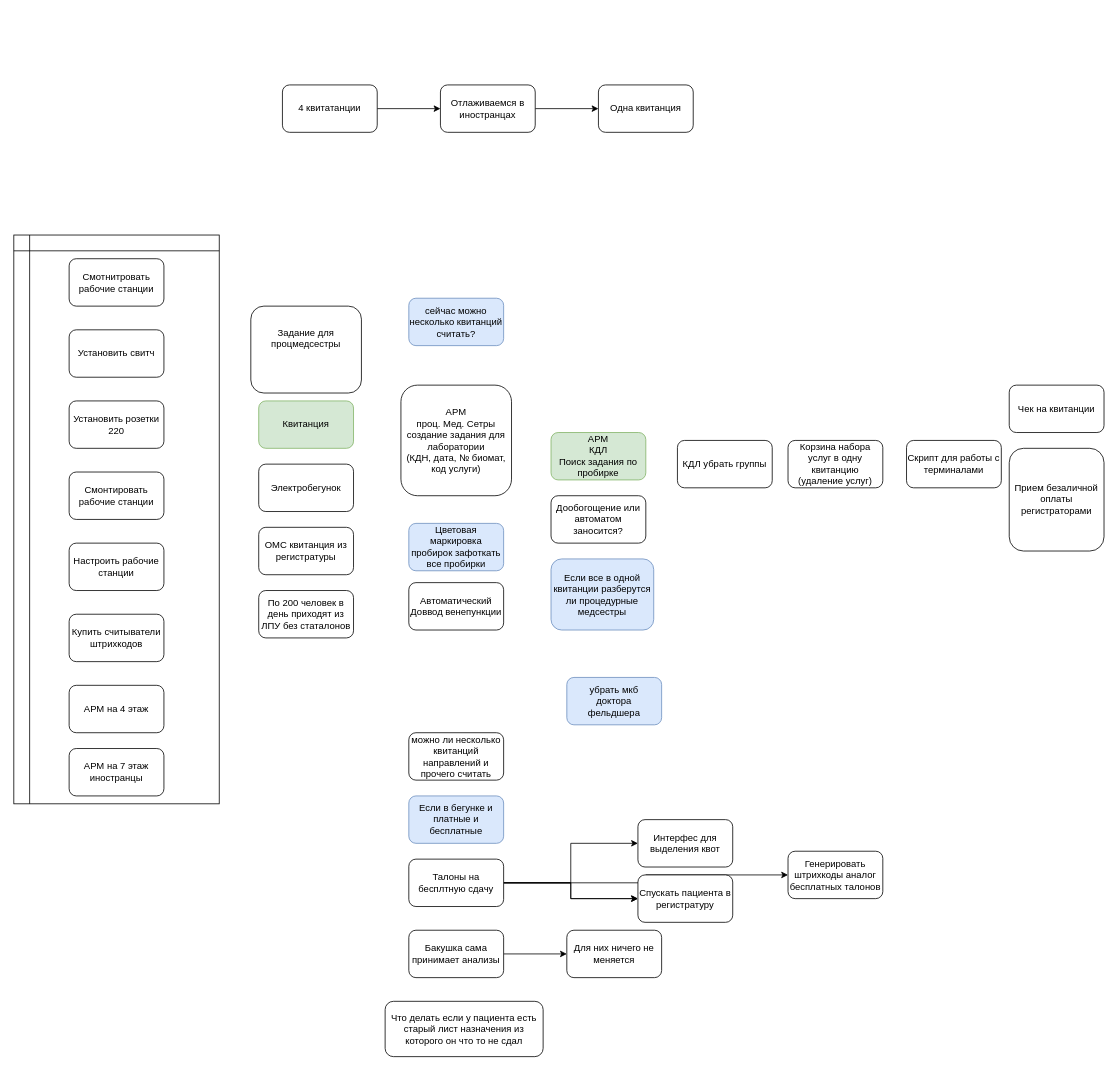
Before: Untitled Diagram.drawio in MikeBelov/MikeBov, a draw.io diagram. Source tidied: cells renumbered, new cells numbered last; positions are measured from the earlier drawing's top-left corner, leaving out a move shared by most shapes. Both pictures are drawn from the tidied source at 79%, with x=0, y=0 at pixel (13, 85).
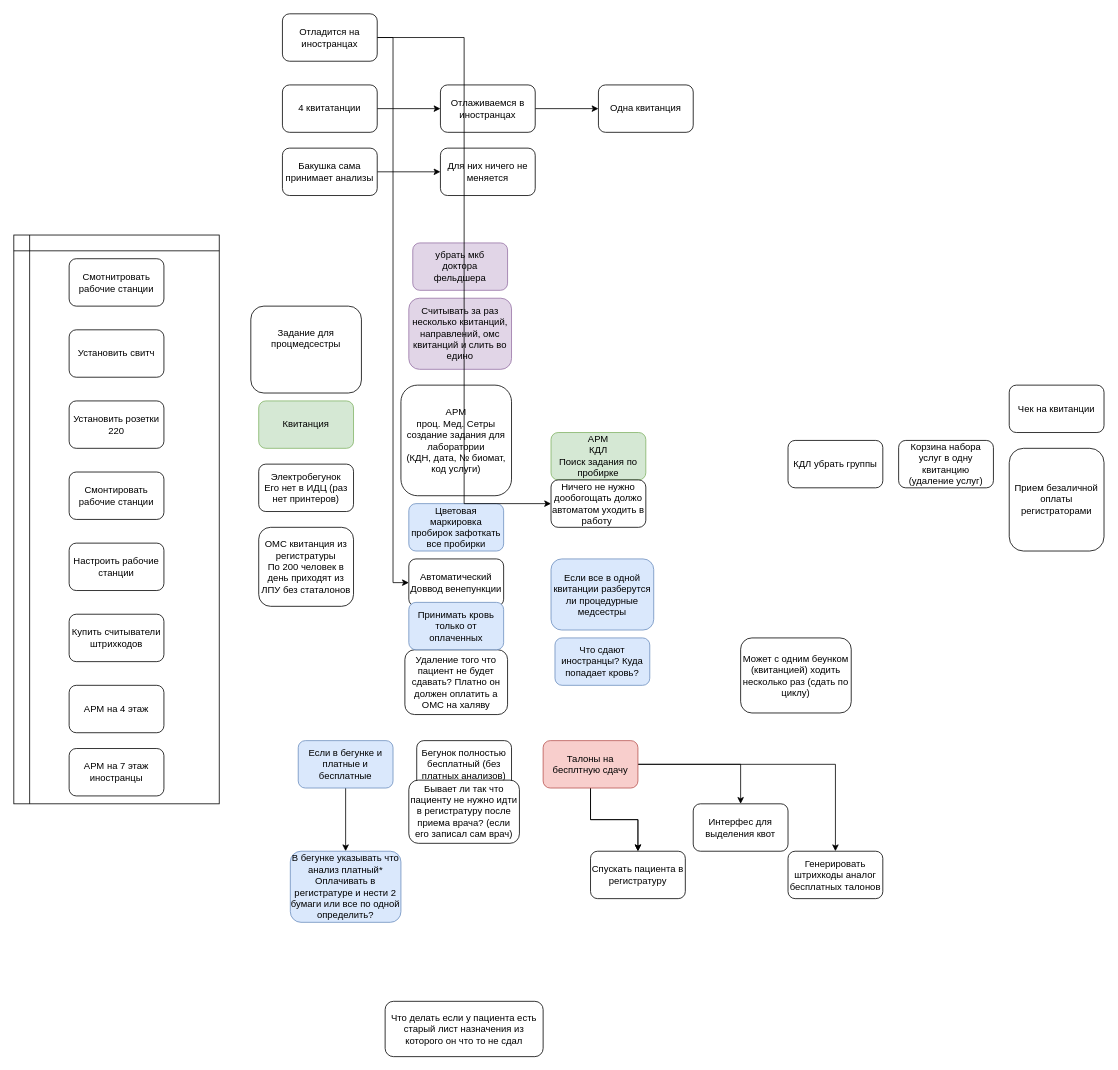
The same page after the edit.

The edit, as a diff of the source:
```diff
@@
     <mxCell id="3" value="Корзина набора услуг в одну квитанцию&lt;br&gt;(удаление услуг)" style="rounded=1;whiteSpace=wrap;html=1;" parent="1" vertex="1">
-      <mxGeometry x="980" y="450" width="120" height="60" as="geometry" />
+      <mxGeometry x="1120" y="450" width="120" height="60" as="geometry" />
     </mxCell>
@@
-    <mxCell id="5" value="Скрипт для работы с терминалами" style="rounded=1;whiteSpace=wrap;html=1;" parent="1" vertex="1">
-      <mxGeometry x="1130" y="450" width="120" height="60" as="geometry" />
-    </mxCell>
     <mxCell id="6" value="Цветовая маркировка пробирок зафоткать все пробирки" style="rounded=1;whiteSpace=wrap;html=1;fillColor=#dae8fc;strokeColor=#6c8ebf;" parent="1" vertex="1">
-      <mxGeometry x="500" y="555" width="120" height="60" as="geometry" />
+      <mxGeometry x="500" y="530" width="120" height="60" as="geometry" />
     </mxCell>
@@
-    <mxCell id="17" value="&lt;span&gt;Электробегунок&lt;/span&gt;" style="rounded=1;whiteSpace=wrap;html=1;" parent="1" vertex="1">
+    <mxCell id="17" value="&lt;span&gt;Электробегунок&lt;br&gt;Его нет в ИДЦ (раз нет принтеров)&lt;br&gt;&lt;/span&gt;" style="rounded=1;whiteSpace=wrap;html=1;" parent="1" vertex="1">
       <mxGeometry x="310" y="480" width="120" height="60" as="geometry" />
     </mxCell>
-    <mxCell id="18" value="&lt;span&gt;ОМС квитанция из регистратуры&lt;/span&gt;" style="rounded=1;whiteSpace=wrap;html=1;" parent="1" vertex="1">
-      <mxGeometry x="310" y="560" width="120" height="60" as="geometry" />
+    <mxCell id="18" value="&lt;span&gt;ОМС квитанция из регистратуры&lt;br&gt;&lt;/span&gt;По 200 человек в день приходят из ЛПУ без статалонов&lt;span&gt;&lt;br&gt;&lt;/span&gt;" style="rounded=1;whiteSpace=wrap;html=1;" parent="1" vertex="1">
+      <mxGeometry x="310" y="560" width="120" height="100" as="geometry" />
     </mxCell>
@@
-    <mxCell id="20" value="Дообогощение или автоматом заносится?" style="rounded=1;whiteSpace=wrap;html=1;" parent="1" vertex="1">
-      <mxGeometry x="680" y="520" width="120" height="60" as="geometry" />
+    <mxCell id="20" value="Ничего не нужно дообогощать должо автоматом уходить в работу&amp;nbsp;" style="rounded=1;whiteSpace=wrap;html=1;" parent="1" vertex="1">
+      <mxGeometry x="680" y="500" width="120" height="60" as="geometry" />
     </mxCell>
     <mxCell id="21" value="КДЛ убрать группы" style="rounded=1;whiteSpace=wrap;html=1;" parent="1" vertex="1">
-      <mxGeometry x="840" y="450" width="120" height="60" as="geometry" />
+      <mxGeometry x="980" y="450" width="120" height="60" as="geometry" />
     </mxCell>
@@
     <mxCell id="23" value="Автоматический &lt;br&gt;Доввод венепункции" style="rounded=1;whiteSpace=wrap;html=1;" parent="1" vertex="1">
-      <mxGeometry x="500" y="630" width="120" height="60" as="geometry" />
+      <mxGeometry x="500" y="600" width="120" height="60" as="geometry" />
     </mxCell>
@@
-    <mxCell id="25" value="сейчас можно несколько квитанций считать?" style="rounded=1;whiteSpace=wrap;html=1;fillColor=#dae8fc;strokeColor=#6c8ebf;" parent="1" vertex="1">
-      <mxGeometry x="500" y="270" width="120" height="60" as="geometry" />
+    <mxCell id="25" value="Считывать за раз несколько квитанций, направлений, омс квитанций и слить во едино" style="rounded=1;whiteSpace=wrap;html=1;fillColor=#e1d5e7;strokeColor=#9673a6;" parent="1" vertex="1">
+      <mxGeometry x="500" y="270" width="130" height="90" as="geometry" />
     </mxCell>
-    <mxCell id="26" value="убрать мкб&lt;br&gt;доктора&lt;br&gt;фельдшера" style="rounded=1;whiteSpace=wrap;html=1;fillColor=#dae8fc;strokeColor=#6c8ebf;" parent="1" vertex="1">
-      <mxGeometry x="700" y="750" width="120" height="60" as="geometry" />
+    <mxCell id="26" value="убрать мкб&lt;br&gt;доктора&lt;br&gt;фельдшера" style="rounded=1;whiteSpace=wrap;html=1;fillColor=#e1d5e7;strokeColor=#9673a6;" parent="1" vertex="1">
+      <mxGeometry x="505" y="200" width="120" height="60" as="geometry" />
     </mxCell>
-    <mxCell id="27" value="можно ли несколько квитанций направлений и прочего считать" style="rounded=1;whiteSpace=wrap;html=1;" parent="1" vertex="1">
-      <mxGeometry x="500" y="820" width="120" height="60" as="geometry" />
-    </mxCell>
@@
+    <mxCell id="49" style="edgeStyle=orthogonalEdgeStyle;rounded=0;jettySize=auto;html=1;" parent="1" edge="1" source="30" target="50">
+      <mxGeometry relative="1" as="geometry" />
+    </mxCell>
     <mxCell id="30" value="Если в бегунке и платные и бесплатные" style="rounded=1;whiteSpace=wrap;html=1;fillColor=#dae8fc;strokeColor=#6c8ebf;" parent="1" vertex="1">
-      <mxGeometry x="500" y="900" width="120" height="60" as="geometry" />
+      <mxGeometry x="360" y="830" width="120" height="60" as="geometry" />
     </mxCell>
+    <mxCell id="50" value="В бегунке указывать что анализ платный* Оплачивать в регистратуре и нести 2 бумаги или все по одной определить?" style="rounded=1;whiteSpace=wrap;html=1;fillColor=#dae8fc;strokeColor=#6c8ebf;" parent="1" vertex="1">
+      <mxGeometry x="350" y="970" width="140" height="90" as="geometry" />
+    </mxCell>
@@
-    <mxCell id="35" value="Талоны на бесплтную сдачу" style="rounded=1;whiteSpace=wrap;html=1;" parent="1" vertex="1">
-      <mxGeometry x="500" y="980" width="120" height="60" as="geometry" />
+    <mxCell id="35" value="Талоны на бесплтную сдачу" style="rounded=1;whiteSpace=wrap;html=1;fillColor=#f8cecc;strokeColor=#b85450;" parent="1" vertex="1">
+      <mxGeometry x="670" y="830" width="120" height="60" as="geometry" />
     </mxCell>
@@
     <mxCell id="37" value="Интерфес для выделения квот" style="rounded=1;whiteSpace=wrap;html=1;" parent="1" vertex="1">
-      <mxGeometry x="790" y="930" width="120" height="60" as="geometry" />
+      <mxGeometry x="860" y="910" width="120" height="60" as="geometry" />
     </mxCell>
     <mxCell id="38" value="Спускать пациента в регистратуру" style="rounded=1;whiteSpace=wrap;html=1;" parent="1" vertex="1">
-      <mxGeometry x="790" y="1000" width="120" height="60" as="geometry" />
+      <mxGeometry x="730" y="970" width="120" height="60" as="geometry" />
     </mxCell>
@@
     <mxCell id="40" value="Бакушка сама принимает анализы" style="rounded=1;whiteSpace=wrap;html=1;" parent="1" vertex="1">
-      <mxGeometry x="500" y="1070" width="120" height="60" as="geometry" />
+      <mxGeometry x="340" y="80" width="120" height="60" as="geometry" />
     </mxCell>
     <mxCell id="41" value="Для них ничего не меняется" style="rounded=1;whiteSpace=wrap;html=1;" parent="1" vertex="1">
-      <mxGeometry x="700" y="1070" width="120" height="60" as="geometry" />
+      <mxGeometry x="540" y="80" width="120" height="60" as="geometry" />
     </mxCell>
@@
-    <mxCell id="48" value="По 200 человек в день приходят из ЛПУ без статалонов" style="rounded=1;whiteSpace=wrap;html=1;" parent="1" vertex="1">
-      <mxGeometry x="310" y="640" width="120" height="60" as="geometry" />
-    </mxCell>
+    <mxCell id="51" value="Бегунок полностью бесплатный (без платных анализов)" style="rounded=1;whiteSpace=wrap;html=1;" parent="1" vertex="1">
+      <mxGeometry x="510" y="830" width="120" height="60" as="geometry" />
+    </mxCell>
+    <mxCell id="52" value="Бывает ли так что пациенту не нужно идти в регистратуру после приема врача? (если его записал сам врач)" style="rounded=1;whiteSpace=wrap;html=1;" parent="1" vertex="1">
+      <mxGeometry x="500" y="880" width="140" height="80" as="geometry" />
+    </mxCell>
+    <mxCell id="53" value="Что сдают иностранцы? Куда попадает кровь?" style="rounded=1;whiteSpace=wrap;html=1;fillColor=#dae8fc;strokeColor=#6c8ebf;" parent="1" vertex="1">
+      <mxGeometry x="685" y="700" width="120" height="60" as="geometry" />
+    </mxCell>
+    <mxCell id="54" style="edgeStyle=orthogonalEdgeStyle;rounded=0;jettySize=auto;html=1;entryX=0;entryY=0.5;entryDx=0;entryDy=0;" parent="1" edge="1" source="56" target="20">
+      <mxGeometry relative="1" as="geometry" />
+    </mxCell>
+    <mxCell id="55" style="edgeStyle=orthogonalEdgeStyle;rounded=0;jettySize=auto;html=1;entryX=0;entryY=0.5;entryDx=0;entryDy=0;" parent="1" edge="1" source="56" target="23">
+      <mxGeometry relative="1" as="geometry" />
+    </mxCell>
+    <mxCell id="56" value="Отладится на иностранцах" style="rounded=1;whiteSpace=wrap;html=1;" parent="1" vertex="1">
+      <mxGeometry x="340" y="-90" width="120" height="60" as="geometry" />
+    </mxCell>
+    <mxCell id="57" value="Может с одним беунком (квитанцией) ходить несколько раз (сдать по циклу)" style="rounded=1;whiteSpace=wrap;html=1;" parent="1" vertex="1">
+      <mxGeometry x="920" y="700" width="140" height="95" as="geometry" />
+    </mxCell>
+    <mxCell id="58" value="Удаление того что пациент не будет сдавать? Платно он должен оплатить а ОМС на халяву" style="rounded=1;whiteSpace=wrap;html=1;" parent="1" vertex="1">
+      <mxGeometry x="495" y="715" width="130" height="82" as="geometry" />
+    </mxCell>
+    <mxCell id="59" value="Принимать кровь только от оплаченных" style="rounded=1;whiteSpace=wrap;html=1;fillColor=#dae8fc;strokeColor=#6c8ebf;" parent="1" vertex="1">
+      <mxGeometry x="500" y="655" width="120" height="60" as="geometry" />
+    </mxCell>
```
